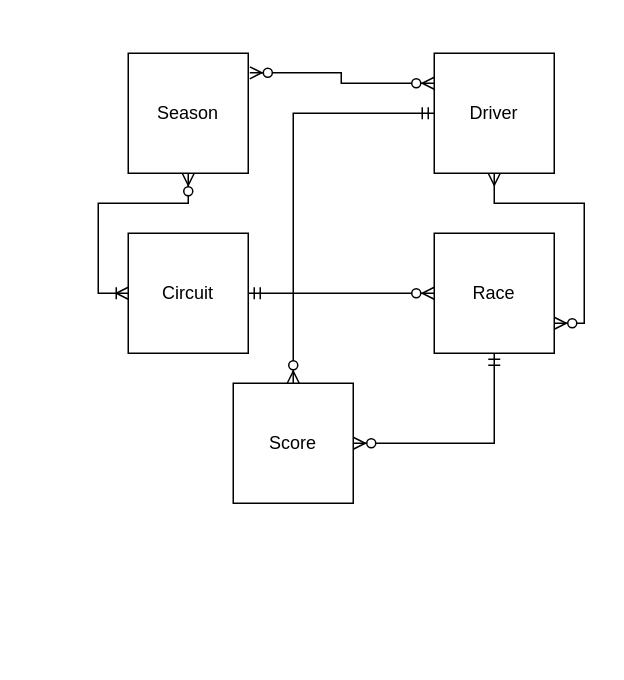
JurrijnModderman/ERD keeps this draw.io diagram as Untitled Diagram.drawio. Above is the earlier version. Source tidied: cells renumbered, new cells numbered last; positions are measured from the earlier drawing's top-left corner, leaving out a move shared by most shapes. Both pictures are drawn from the tidied source at 150%, with x=0, y=0 at pixel (128, 52).
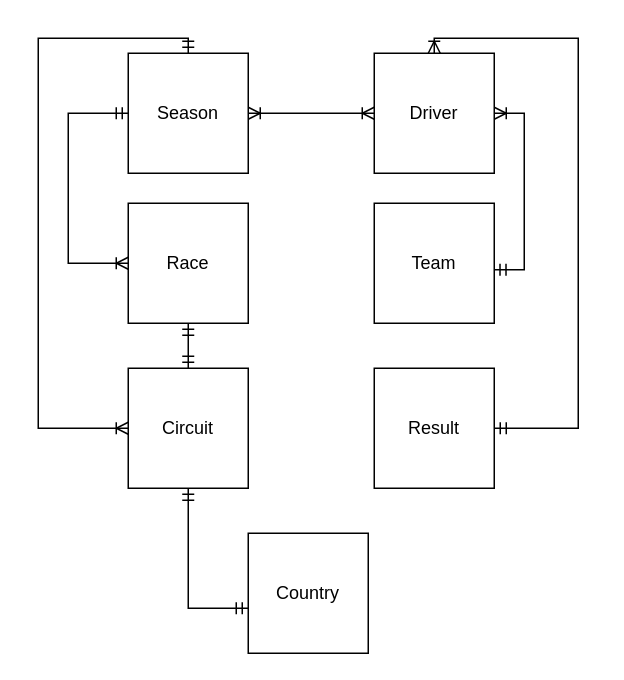
The same diagram, later.

The change refers to these unchanged cells:
```xml
<mxCell id="3" value="Season" style="whiteSpace=wrap;html=1;" parent="1" vertex="1">
  <mxGeometry width="80" height="80" as="geometry" />
</mxCell>
```

What changed in the source:
```diff
@@
+    <mxCell id="13" style="edgeStyle=orthogonalEdgeStyle;rounded=0;jettySize=auto;html=1;startArrow=ERoneToMany;startFill=0;endArrow=ERoneToMany;endFill=0;" parent="1" edge="1" source="3">
+      <mxGeometry relative="1" as="geometry">
+        <mxPoint x="164" y="40" as="targetPoint" />
+      </mxGeometry>
+    </mxCell>
+    <mxCell id="14" style="edgeStyle=orthogonalEdgeStyle;rounded=0;jettySize=auto;html=1;startArrow=ERmandOne;startFill=0;endArrow=ERoneToMany;endFill=0;" parent="1" edge="1" source="3" target="12">
+      <mxGeometry relative="1" as="geometry">
+        <Array as="points">
+          <mxPoint x="-40" y="40" />
+          <mxPoint x="-40" y="140" />
+        </Array>
+      </mxGeometry>
+    </mxCell>
-    <mxCell id="2" style="edgeStyle=orthogonalEdgeStyle;rounded=0;jettySize=auto;html=1;entryX=0;entryY=0.5;entryDx=0;entryDy=0;startArrow=ERzeroToMany;startFill=1;endArrow=ERoneToMany;endFill=0;" parent="1" edge="1" source="3" target="9">
-      <mxGeometry relative="1" as="geometry" />
+    <mxCell id="2" style="edgeStyle=orthogonalEdgeStyle;rounded=0;jettySize=auto;html=1;startArrow=ERmandOne;startFill=0;endArrow=ERoneToMany;endFill=0;entryX=0;entryY=0.5;entryDx=0;entryDy=0;" parent="1" edge="1" source="3" target="9">
+      <mxGeometry relative="1" as="geometry">
+        <Array as="points">
+          <mxPoint x="40" y="-10" />
+          <mxPoint x="-60" y="-10" />
+          <mxPoint x="-60" y="250" />
+        </Array>
+      </mxGeometry>
     </mxCell>
@@
-    <mxCell id="4" style="edgeStyle=orthogonalEdgeStyle;rounded=0;jettySize=auto;html=1;entryX=1;entryY=0.75;entryDx=0;entryDy=0;startArrow=ERmany;startFill=0;endArrow=ERzeroToMany;endFill=1;" parent="1" edge="1" source="7" target="12">
-      <mxGeometry relative="1" as="geometry" />
-    </mxCell>
+    <mxCell id="15" style="edgeStyle=orthogonalEdgeStyle;rounded=0;jettySize=auto;html=1;entryX=0.998;entryY=0.555;entryDx=0;entryDy=0;entryPerimeter=0;startArrow=ERoneToMany;startFill=0;endArrow=ERmandOne;endFill=0;" parent="1" edge="1" source="7" target="19">
+      <mxGeometry relative="1" as="geometry">
+        <Array as="points">
+          <mxPoint x="264" y="40" />
+          <mxPoint x="264" y="144" />
+        </Array>
+      </mxGeometry>
+    </mxCell>
-    <mxCell id="5" style="edgeStyle=orthogonalEdgeStyle;rounded=0;jettySize=auto;html=1;startArrow=ERmandOne;startFill=0;endArrow=ERzeroToMany;endFill=1;" parent="1" edge="1" source="7" target="11">
-      <mxGeometry relative="1" as="geometry" />
+    <mxCell id="5" style="edgeStyle=orthogonalEdgeStyle;rounded=0;jettySize=auto;html=1;entryX=1;entryY=0.5;entryDx=0;entryDy=0;startArrow=ERoneToMany;startFill=0;endArrow=ERmandOne;endFill=0;" parent="1" edge="1" source="7" target="11">
+      <mxGeometry relative="1" as="geometry">
+        <Array as="points">
+          <mxPoint x="204" y="-10" />
+          <mxPoint x="300" y="-10" />
+          <mxPoint x="300" y="250" />
+        </Array>
+      </mxGeometry>
     </mxCell>
-    <mxCell id="6" style="edgeStyle=orthogonalEdgeStyle;rounded=0;jettySize=auto;html=1;exitX=0;exitY=0.25;exitDx=0;exitDy=0;entryX=1.013;entryY=0.163;entryDx=0;entryDy=0;entryPerimeter=0;startArrow=ERzeroToMany;startFill=1;endArrow=ERzeroToMany;endFill=1;" parent="1" edge="1" source="7" target="3">
-      <mxGeometry relative="1" as="geometry" />
-    </mxCell>
     <mxCell id="7" value="Driver" style="whiteSpace=wrap;html=1;" parent="1" vertex="1">
-      <mxGeometry x="204" width="80" height="80" as="geometry" />
+      <mxGeometry x="164" width="80" height="80" as="geometry" />
     </mxCell>
-    <mxCell id="8" style="edgeStyle=orthogonalEdgeStyle;rounded=0;jettySize=auto;html=1;entryX=0;entryY=0.5;entryDx=0;entryDy=0;startArrow=ERmandOne;startFill=0;endArrow=ERzeroToMany;endFill=1;" parent="1" edge="1" source="9" target="12">
-      <mxGeometry relative="1" as="geometry" />
-    </mxCell>
+    <mxCell id="16" style="edgeStyle=orthogonalEdgeStyle;rounded=0;jettySize=auto;html=1;entryX=0;entryY=0.625;entryDx=0;entryDy=0;entryPerimeter=0;startArrow=ERmandOne;startFill=0;endArrow=ERmandOne;endFill=0;" parent="1" edge="1" source="9" target="18">
+      <mxGeometry relative="1" as="geometry" />
+    </mxCell>
     <mxCell id="9" value="Circuit" style="whiteSpace=wrap;html=1;" parent="1" vertex="1">
-      <mxGeometry y="120" width="80" height="80" as="geometry" />
+      <mxGeometry y="210" width="80" height="80" as="geometry" />
     </mxCell>
-    <mxCell id="10" style="edgeStyle=orthogonalEdgeStyle;rounded=0;jettySize=auto;html=1;entryX=0.5;entryY=1;entryDx=0;entryDy=0;endArrow=ERmandOne;endFill=0;startArrow=ERzeroToMany;startFill=1;" parent="1" edge="1" source="11" target="12">
-      <mxGeometry relative="1" as="geometry" />
-    </mxCell>
-    <mxCell id="11" value="Score" style="whiteSpace=wrap;html=1;" parent="1" vertex="1">
-      <mxGeometry x="70" y="220" width="80" height="80" as="geometry" />
+    <mxCell id="11" value="Result" style="whiteSpace=wrap;html=1;" parent="1" vertex="1">
+      <mxGeometry x="164" y="210" width="80" height="80" as="geometry" />
     </mxCell>
+    <mxCell id="17" style="edgeStyle=orthogonalEdgeStyle;rounded=0;jettySize=auto;html=1;entryX=0.5;entryY=0;entryDx=0;entryDy=0;startArrow=ERmandOne;startFill=0;endArrow=ERmandOne;endFill=0;" parent="1" edge="1" source="12" target="9">
+      <mxGeometry relative="1" as="geometry" />
+    </mxCell>
     <mxCell id="12" value="Race" style="whiteSpace=wrap;html=1;" parent="1" vertex="1">
-      <mxGeometry x="204" y="120" width="80" height="80" as="geometry" />
+      <mxGeometry y="100" width="80" height="80" as="geometry" />
     </mxCell>
+    <mxCell id="18" value="Country" style="whiteSpace=wrap;html=1;" parent="1" vertex="1">
+      <mxGeometry x="80" y="320" width="80" height="80" as="geometry" />
+    </mxCell>
+    <mxCell id="19" value="Team" style="whiteSpace=wrap;html=1;" parent="1" vertex="1">
+      <mxGeometry x="164" y="100" width="80" height="80" as="geometry" />
+    </mxCell>
```
